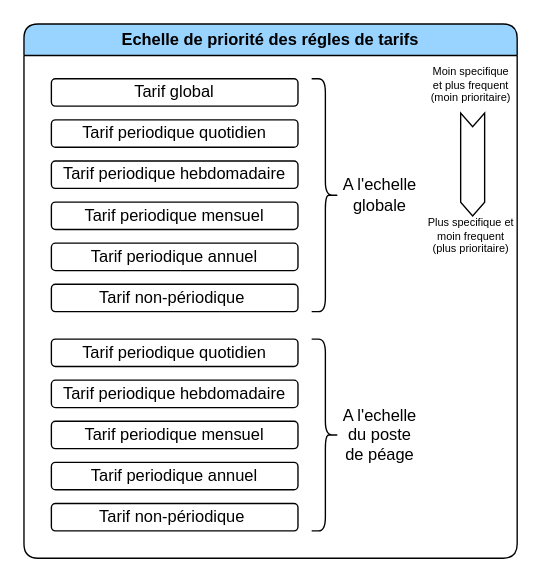
Before: diagrams/rule-priority.drawio in devlotfi/peage-pay, a draw.io diagram. Source tidied: cells renumbered, new cells numbered last; positions are measured from the earlier drawing's top-left corner, leaving out a move shared by most shapes. Both pictures are drawn from the tidied source at 137%, with x=0, y=0 at pixel (23, 23).
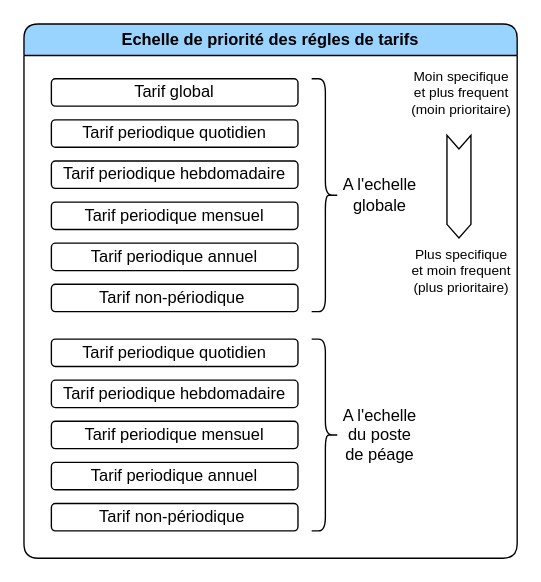
Above is the later version.

Unchanged cells that the change refers to:
```xml
<mxCell id="2" value="Echelle de priorité des régles de tarifs" style="swimlane;whiteSpace=wrap;html=1;rounded=1;fillColor=#99D3FF;" parent="1" vertex="1">
  <mxGeometry width="360" height="390" as="geometry" />
</mxCell>
```

Diff of the diagram source:
```diff
@@
     <mxCell id="18" style="html=1;shadow=0;dashed=0;align=center;verticalAlign=middle;shape=mxgraph.arrows2.arrow;dy=0;dx=10;notch=10;rotation=90;" parent="2" vertex="1">
-      <mxGeometry x="290" y="93.8" width="75" height="17.5" as="geometry" />
+      <mxGeometry x="280" y="110" width="75" height="17.5" as="geometry" />
     </mxCell>
-    <mxCell id="19" value="Moin specifique et plus frequent&lt;br&gt;(moin prioritaire)" style="rounded=1;whiteSpace=wrap;html=1;fillColor=none;strokeColor=none;fontSize=8;" parent="2" vertex="1">
-      <mxGeometry x="293.8" y="30" width="65" height="30" as="geometry" />
+    <mxCell id="19" value="Moin specifique et plus frequent&lt;br style=&quot;font-size: 10px;&quot;&gt;(moin prioritaire)" style="rounded=1;whiteSpace=wrap;html=1;fillColor=none;strokeColor=none;fontSize=10;" parent="2" vertex="1">
+      <mxGeometry x="280" y="30" width="78.8" height="40" as="geometry" />
     </mxCell>
-    <mxCell id="20" value="Plus specifique et moin frequent&lt;br&gt;(plus prioritaire)" style="rounded=1;whiteSpace=wrap;html=1;fillColor=none;strokeColor=none;fontSize=8;" parent="2" vertex="1">
-      <mxGeometry x="293.8" y="140" width="65" height="30" as="geometry" />
+    <mxCell id="20" value="Plus specifique et moin frequent&lt;br style=&quot;font-size: 10px;&quot;&gt;(plus prioritaire)" style="rounded=1;whiteSpace=wrap;html=1;fillColor=none;strokeColor=none;fontSize=10;" parent="2" vertex="1">
+      <mxGeometry x="280" y="160" width="78.8" height="40" as="geometry" />
     </mxCell>
```
